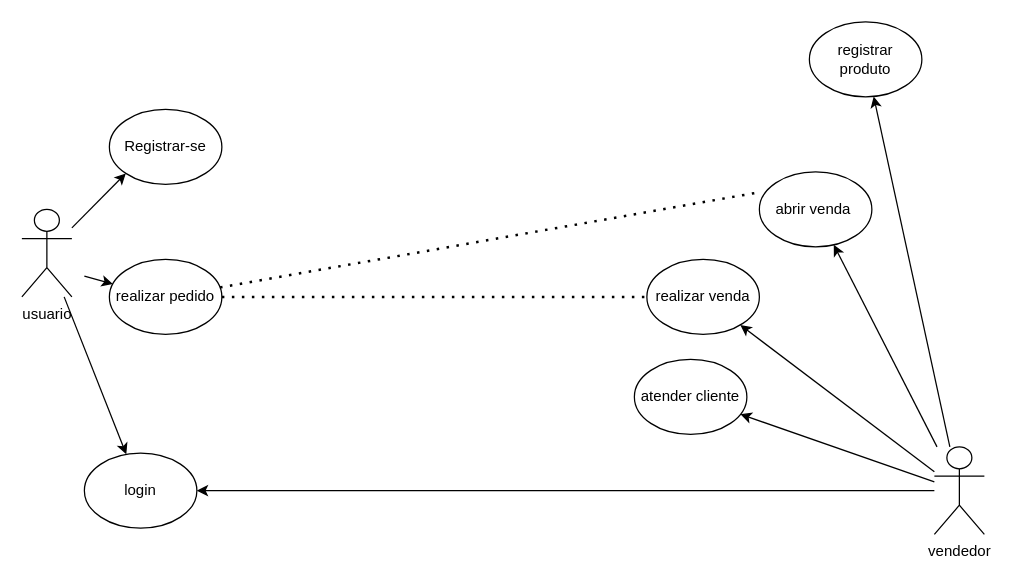
The draw.io diagram diagrama.drawio in JoaoguilhermeFC/analisepg, before the edit. Source tidied: cells renumbered, new cells numbered last; positions are measured from the earlier drawing's top-left corner, leaving out a move shared by most shapes. Both pictures are drawn from the tidied source at 125%, with x=0, y=0 at pixel (21, 21).
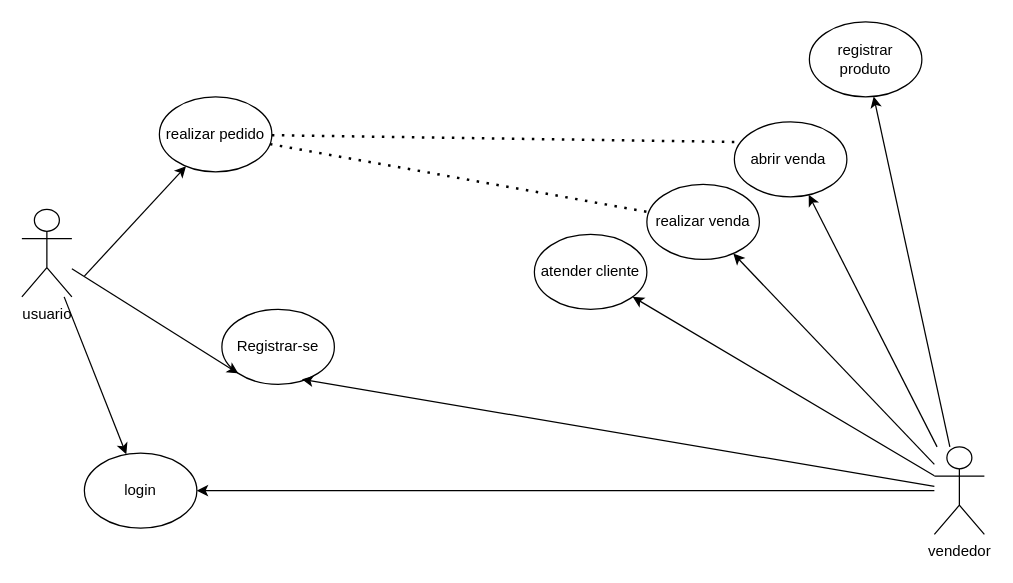
After the change.

The change refers to these unchanged cells:
```xml
<mxCell id="7" value="vendedor&lt;br&gt;" style="shape=umlActor;verticalLabelPosition=bottom;verticalAlign=top;html=1;outlineConnect=0;" parent="1" vertex="1">
  <mxGeometry x="730" y="340" width="40" height="70" as="geometry" />
</mxCell>
```

What changed in the source:
```diff
@@
     <mxCell id="3" value="Registrar-se" style="ellipse;whiteSpace=wrap;html=1;" parent="1" vertex="1">
-      <mxGeometry x="70" y="70" width="90" height="60" as="geometry" />
+      <mxGeometry x="160" y="230" width="90" height="60" as="geometry" />
     </mxCell>
@@
     <mxCell id="10" value=" atender cliente" style="ellipse;whiteSpace=wrap;html=1;" parent="1" vertex="1">
-      <mxGeometry x="490" y="270" width="90" height="60" as="geometry" />
+      <mxGeometry x="410" y="170" width="90" height="60" as="geometry" />
     </mxCell>
@@
     <mxCell id="12" value=" realizar pedido" style="ellipse;whiteSpace=wrap;html=1;" parent="1" vertex="1">
-      <mxGeometry x="70" y="190" width="90" height="60" as="geometry" />
+      <mxGeometry x="110" y="60" width="90" height="60" as="geometry" />
     </mxCell>
@@
     <mxCell id="14" value=" realizar venda" style="ellipse;whiteSpace=wrap;html=1;" parent="1" vertex="1">
-      <mxGeometry x="500" y="190" width="90" height="60" as="geometry" />
+      <mxGeometry x="500" y="130" width="90" height="60" as="geometry" />
     </mxCell>
@@
     <mxCell id="16" value=" abrir venda&amp;nbsp;" style="ellipse;whiteSpace=wrap;html=1;" parent="1" vertex="1">
-      <mxGeometry x="590" y="120" width="90" height="60" as="geometry" />
+      <mxGeometry x="570" y="80" width="90" height="60" as="geometry" />
     </mxCell>
@@
+    <mxCell id="21" style="endArrow=classic;html=1;rounded=0;entryX=0.711;entryY=0.933;entryDx=0;entryDy=0;entryPerimeter=0;" parent="1" edge="1" source="7" target="3">
+      <mxGeometry relative="1" as="geometry" />
+    </mxCell>
```
